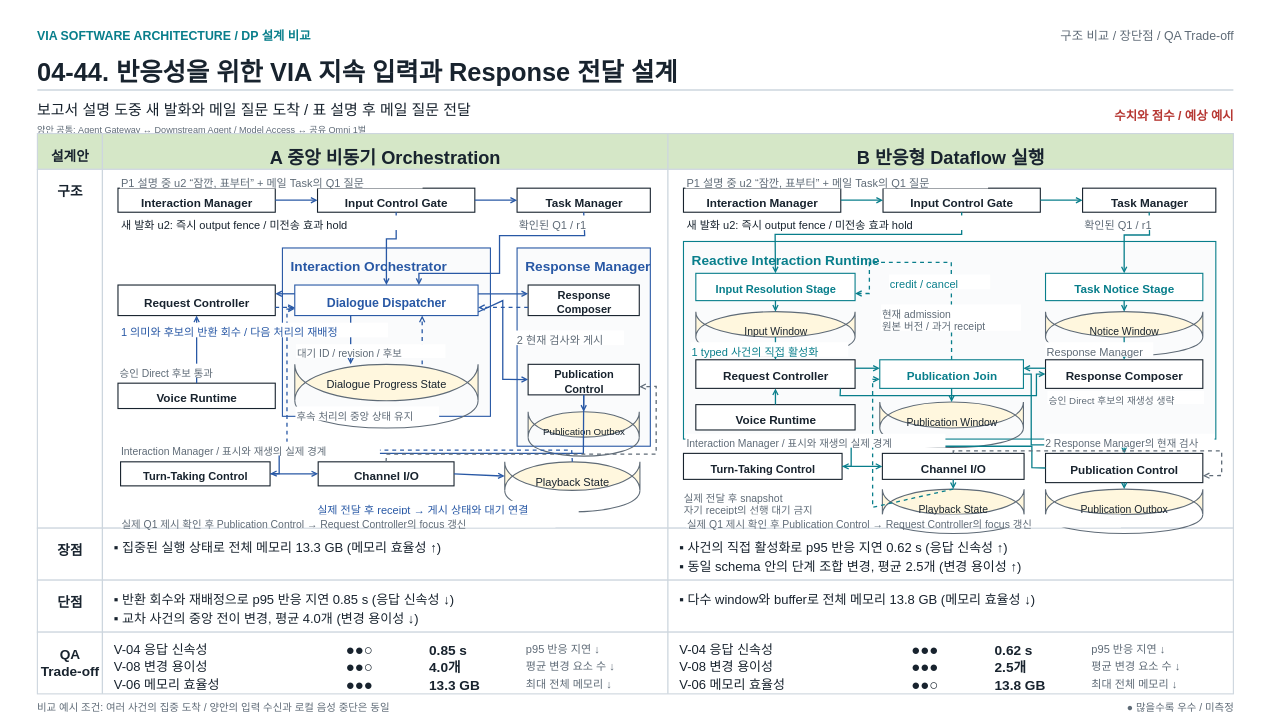
Earlier version of the draw.io diagram page "04-44. 반응성을 위한 VIA 지속 입력과 Response 전달 설계" (4 of 5) of docs/presentations_files/dp-comparison/VIA-DP-comparison-41-45.drawio (cbyche/via-sw-architecture). Source tidied: cells renumbered, new cells numbered last; positions are measured from the earlier drawing's top-left corner, leaving out a move shared by most shapes. Both pictures are drawn from the tidied source at 65%, with x=0, y=0 at pixel (11, 11).
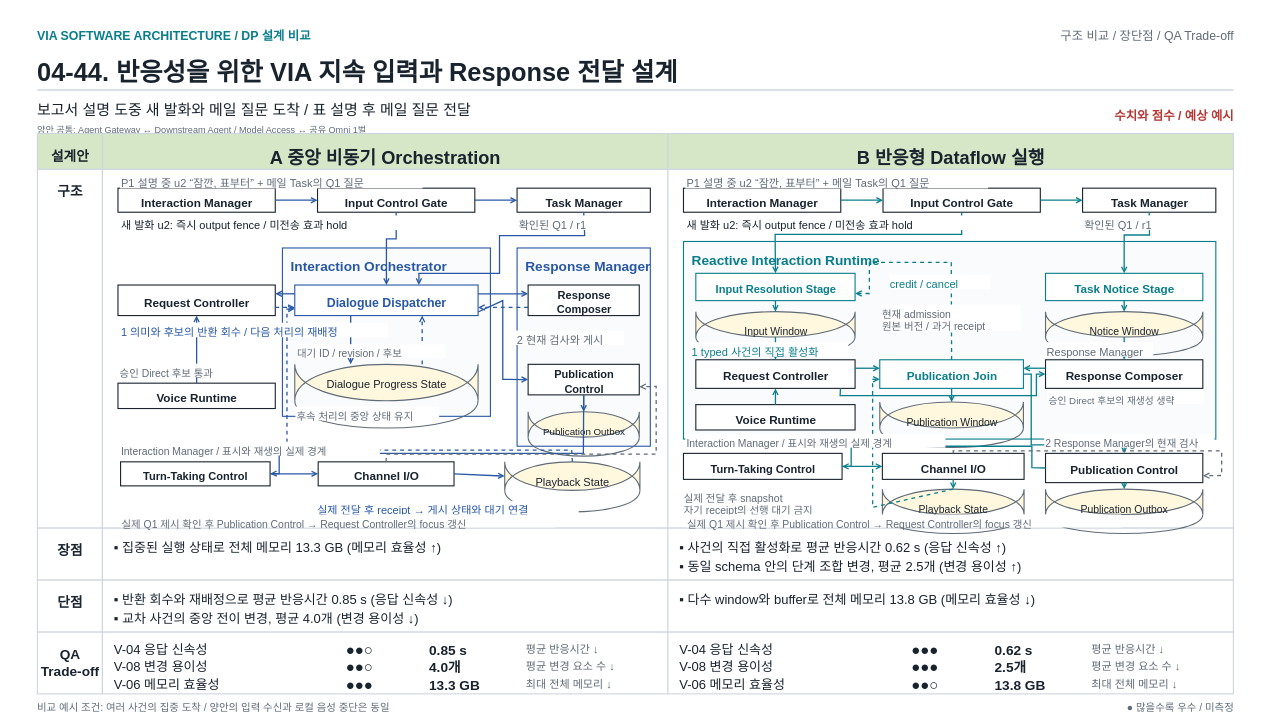
Above is the later version.

What changed in the source:
```diff
@@
-    <mxCell id="24" value="&lt;div style=&quot;line-height:1.3;&quot;&gt;▪ 반환 회수와 재배정으로 p95 반응 지연 0.85 s (응답 신속성 ↓)&lt;/div&gt;" style="fontFamily=Apple SD Gothic Neo;text;html=1;whiteSpace=nowrap;overflow=visible;fillColor=none;strokeColor=none;align=left;verticalAlign=top;spacing=0;fontSize=20;fontColor=#18232E;fontStyle=0;" parent="1" vertex="1">
+    <mxCell id="24" value="&lt;div style=&quot;line-height:1.3;&quot;&gt;▪ 반환 회수와 재배정으로 평균 반응시간 0.85 s (응답 신속성 ↓)&lt;/div&gt;" style="fontFamily=Apple SD Gothic Neo;text;html=1;whiteSpace=nowrap;overflow=visible;fillColor=none;strokeColor=none;align=left;verticalAlign=top;spacing=0;fontSize=20;fontColor=#18232E;fontStyle=0;" parent="1" vertex="1">
       <mxGeometry x="158" y="888" width="836" height="26" as="geometry" />
     </mxCell>
@@
-    <mxCell id="29" value="&lt;div style=&quot;line-height:1.3;&quot;&gt;p95 반응 지연 ↓&lt;/div&gt;" style="fontFamily=Apple SD Gothic Neo;text;html=1;whiteSpace=nowrap;overflow=visible;fillColor=none;strokeColor=none;align=left;verticalAlign=top;spacing=0;fontSize=17;fontColor=#5F6B77;fontStyle=0;" parent="1" vertex="1">
+    <mxCell id="29" value="&lt;div style=&quot;line-height:1.3;&quot;&gt;평균 반응시간 ↓&lt;/div&gt;" style="fontFamily=Apple SD Gothic Neo;text;html=1;whiteSpace=nowrap;overflow=visible;fillColor=none;strokeColor=none;align=left;verticalAlign=top;spacing=0;fontSize=17;fontColor=#5F6B77;fontStyle=0;" parent="1" vertex="1">
       <mxGeometry x="792" y="966" width="206" height="22.1" as="geometry" />
     </mxCell>
@@
-    <mxCell id="39" value="&lt;div style=&quot;line-height:1.3;&quot;&gt;▪ 사건의 직접 활성화로 p95 반응 지연 0.62 s (응답 신속성 ↑)&lt;/div&gt;" style="fontFamily=Apple SD Gothic Neo;text;html=1;whiteSpace=nowrap;overflow=visible;fillColor=none;strokeColor=none;align=left;verticalAlign=top;spacing=0;fontSize=20;fontColor=#18232E;fontStyle=0;" parent="1" vertex="1">
+    <mxCell id="39" value="&lt;div style=&quot;line-height:1.3;&quot;&gt;▪ 사건의 직접 활성화로 평균 반응시간 0.62 s (응답 신속성 ↑)&lt;/div&gt;" style="fontFamily=Apple SD Gothic Neo;text;html=1;whiteSpace=nowrap;overflow=visible;fillColor=none;strokeColor=none;align=left;verticalAlign=top;spacing=0;fontSize=20;fontColor=#18232E;fontStyle=0;" parent="1" vertex="1">
       <mxGeometry x="1028" y="808" width="836" height="26" as="geometry" />
     </mxCell>
@@
-    <mxCell id="45" value="&lt;div style=&quot;line-height:1.3;&quot;&gt;p95 반응 지연 ↓&lt;/div&gt;" style="fontFamily=Apple SD Gothic Neo;text;html=1;whiteSpace=nowrap;overflow=visible;fillColor=none;strokeColor=none;align=left;verticalAlign=top;spacing=0;fontSize=17;fontColor=#5F6B77;fontStyle=0;" parent="1" vertex="1">
+    <mxCell id="45" value="&lt;div style=&quot;line-height:1.3;&quot;&gt;평균 반응시간 ↓&lt;/div&gt;" style="fontFamily=Apple SD Gothic Neo;text;html=1;whiteSpace=nowrap;overflow=visible;fillColor=none;strokeColor=none;align=left;verticalAlign=top;spacing=0;fontSize=17;fontColor=#5F6B77;fontStyle=0;" parent="1" vertex="1">
       <mxGeometry x="1662" y="966" width="206" height="22.1" as="geometry" />
     </mxCell>
```
